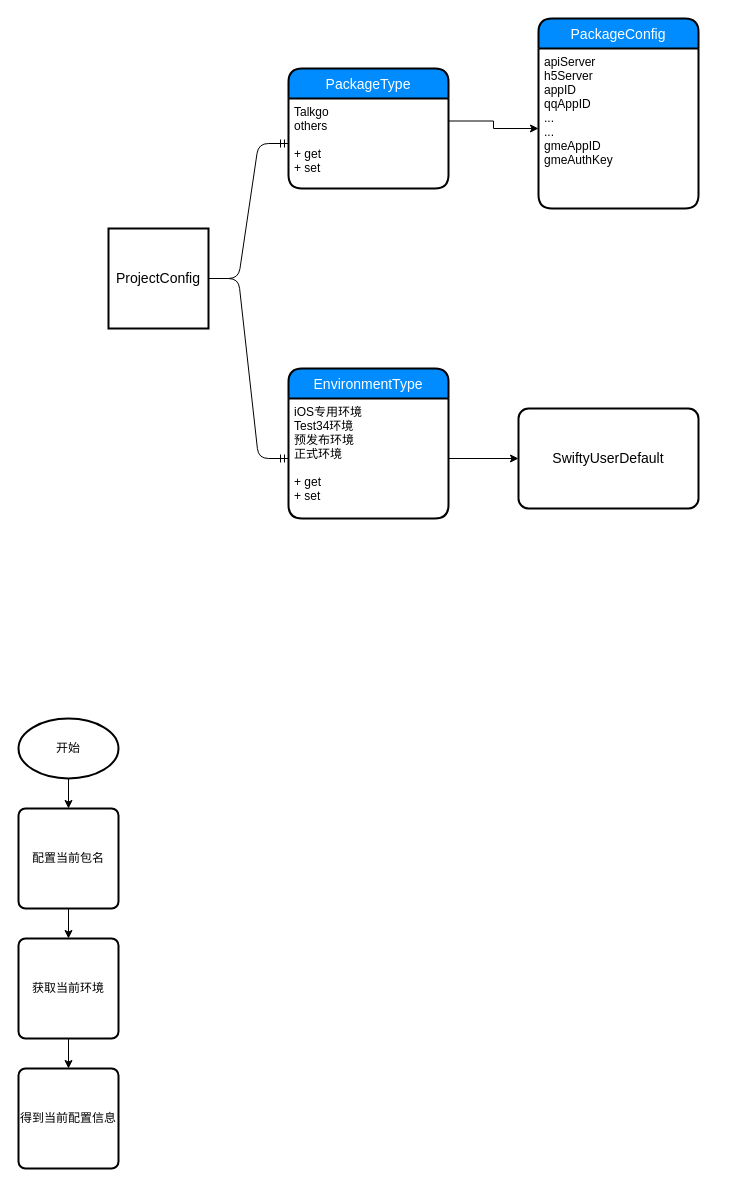
Earlier version of the draw.io diagram 多包多环境配置.drawio (ZengSir/drawio). Source tidied: cells renumbered, new cells numbered last; positions are measured from the earlier drawing's top-left corner, leaving out a move shared by most shapes. Both pictures are drawn from the tidied source at 100%, with x=0, y=0 at pixel (18, 18).
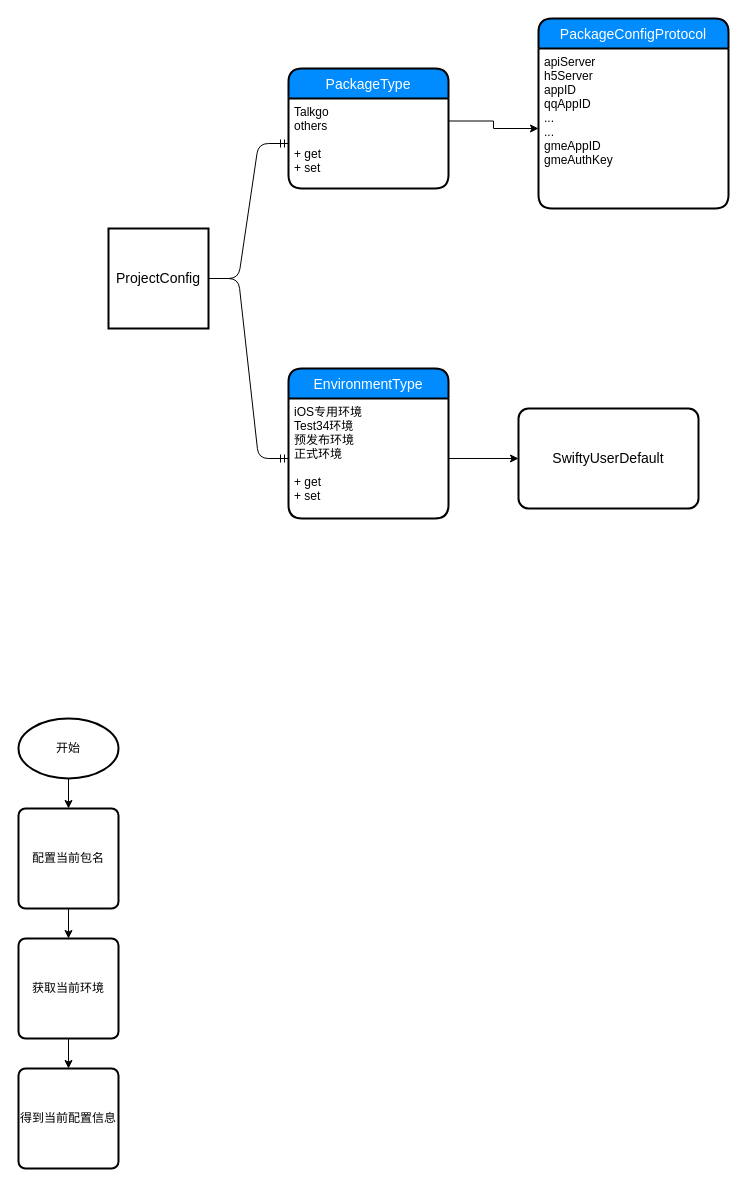
Above is the later version.

Commit message:
更新多包多环境配置.drawio

The edit, as a diff of the source:
```diff
@@
-    <mxCell id="3" value="PackageConfig" style="swimlane;horizontal=1;startSize=30;fillColor=#008cff;fontColor=#FFFFFF;rounded=1;fontSize=14;fontStyle=0;strokeWidth=2;shadow=0;dashed=0;align=center;" parent="1" vertex="1">
-      <mxGeometry x="520" width="160" height="190" as="geometry" />
+    <mxCell id="3" value="PackageConfigProtocol" style="swimlane;horizontal=1;startSize=30;fillColor=#008cff;fontColor=#FFFFFF;rounded=1;fontSize=14;fontStyle=0;strokeWidth=2;shadow=0;dashed=0;align=center;" parent="1" vertex="1">
+      <mxGeometry x="520" width="190" height="190" as="geometry" />
     </mxCell>
     <mxCell id="4" value="apiServer&#10;h5Server&#10;appID&#10;qqAppID&#10;...&#10;...&#10;gmeAppID&#10;gmeAuthKey" style="align=left;strokeColor=none;fillColor=none;spacingLeft=4;fontSize=12;verticalAlign=top;" parent="3" vertex="1">
-      <mxGeometry y="30" width="160" height="160" as="geometry" />
+      <mxGeometry y="30" width="190" height="160" as="geometry" />
     </mxCell>
```
